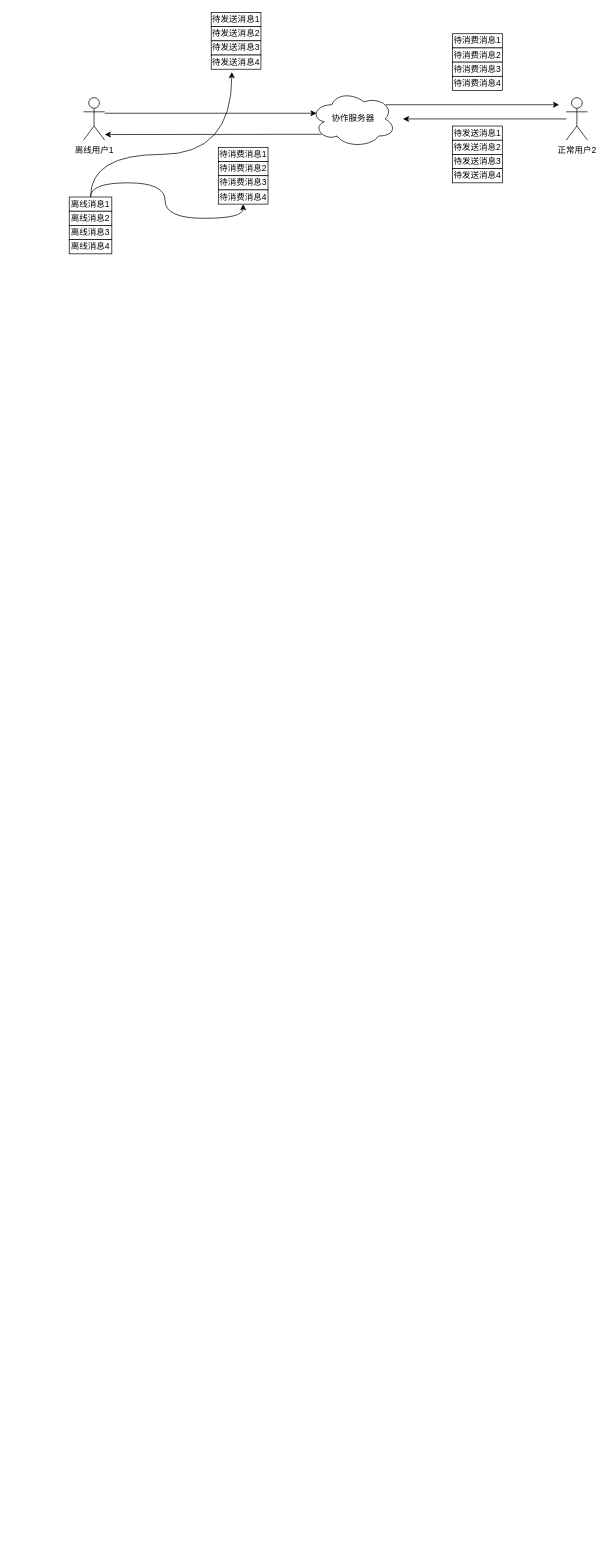
Above: Untitled Diagram.drawio in kkgg123/ROOT (draw.io), before the change. Source tidied: cells renumbered, new cells numbered last; positions are measured from the earlier drawing's top-left corner, leaving out a move shared by most shapes. Both pictures are drawn from the tidied source at 71%, with x=0, y=0 at pixel (69, 12).
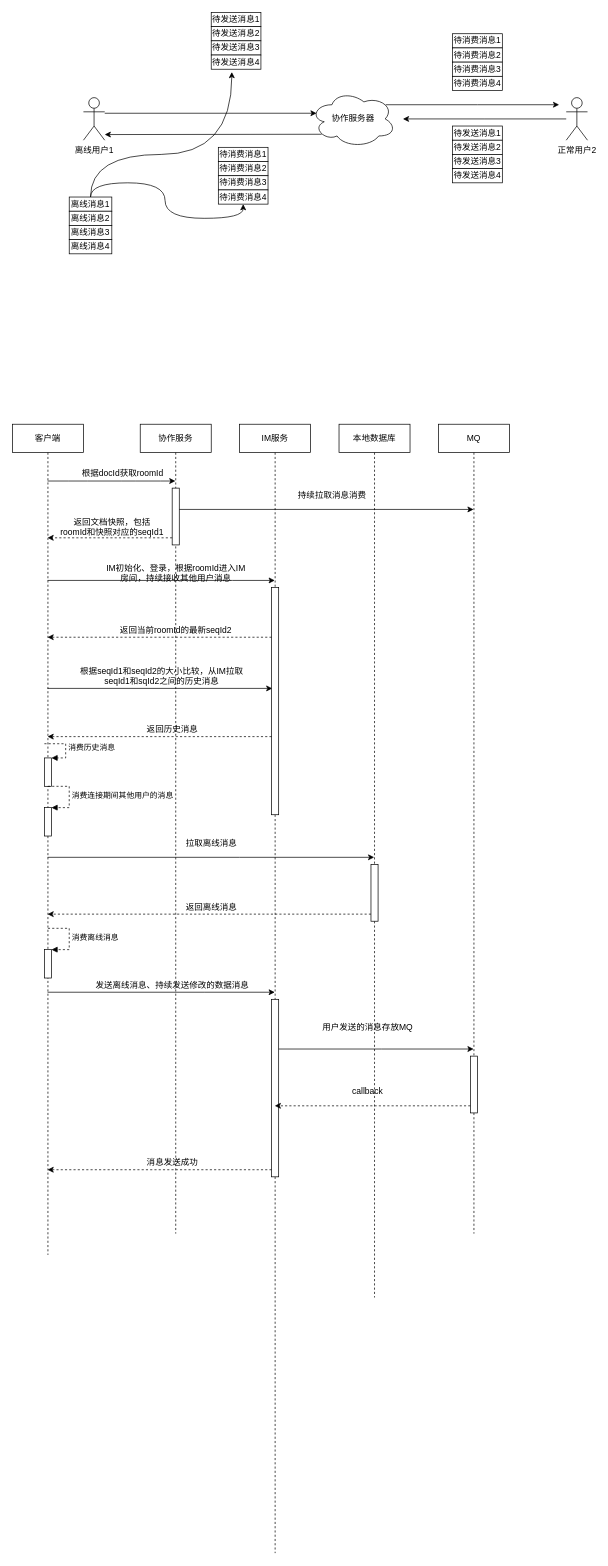
The same diagram, later.

What changed in the source:
```diff
@@
+    <mxCell id="31" style="edgeStyle=orthogonalEdgeStyle;curved=1;rounded=0;jettySize=auto;html=1;" parent="1" edge="1" source="36" target="40">
+      <mxGeometry relative="1" as="geometry">
+        <Array as="points">
+          <mxPoint x="90" y="660" />
+          <mxPoint x="90" y="660" />
+        </Array>
+      </mxGeometry>
+    </mxCell>
+    <mxCell id="32" style="edgeStyle=none;rounded=0;jettySize=auto;html=1;" parent="1" edge="1" source="36" target="42">
+      <mxGeometry relative="1" as="geometry">
+        <Array as="points">
+          <mxPoint x="230" y="800" />
+        </Array>
+      </mxGeometry>
+    </mxCell>
+    <mxCell id="33" style="rounded=0;jettySize=auto;html=1;entryX=0.1;entryY=0.444;entryDx=0;entryDy=0;entryPerimeter=0;" parent="1" edge="1" source="36" target="43">
+      <mxGeometry relative="1" as="geometry" />
+    </mxCell>
+    <mxCell id="34" style="edgeStyle=none;rounded=0;jettySize=auto;html=1;" parent="1" edge="1" source="36" target="45">
+      <mxGeometry relative="1" as="geometry">
+        <Array as="points">
+          <mxPoint x="240" y="1190" />
+        </Array>
+      </mxGeometry>
+    </mxCell>
+    <mxCell id="35" style="edgeStyle=none;rounded=0;jettySize=auto;html=1;" parent="1" edge="1" source="36" target="42">
+      <mxGeometry relative="1" as="geometry">
+        <Array as="points">
+          <mxPoint x="190" y="1380" />
+        </Array>
+      </mxGeometry>
+    </mxCell>
+    <mxCell id="36" value="客户端" style="shape=umlLifeline;perimeter=lifelinePerimeter;whiteSpace=wrap;html=1;outlineConnect=0;" parent="1" vertex="1">
+      <mxGeometry x="-80" y="580" width="100" height="1170" as="geometry" />
+    </mxCell>
+    <mxCell id="37" style="html=1;points=[];perimeter=orthogonalPerimeter;" parent="36" vertex="1">
+      <mxGeometry x="45" y="470" width="10" height="40" as="geometry" />
+    </mxCell>
+    <mxCell id="38" value="消费历史消息" style="edgeStyle=orthogonalEdgeStyle;html=1;align=left;spacingLeft=2;endArrow=block;rounded=0;entryX=1;entryY=0;dashed=1;" parent="36" edge="1" target="37">
+      <mxGeometry relative="1" as="geometry">
+        <mxPoint x="45" y="450" as="sourcePoint" />
+        <Array as="points">
+          <mxPoint x="75" y="450" />
+        </Array>
+      </mxGeometry>
+    </mxCell>
+    <mxCell id="39" style="edgeStyle=none;rounded=0;jettySize=auto;html=1;" parent="1" edge="1" source="40" target="50">
+      <mxGeometry relative="1" as="geometry">
+        <Array as="points">
+          <mxPoint x="480" y="700" />
+        </Array>
+      </mxGeometry>
+    </mxCell>
+    <mxCell id="40" value="协作服务" style="shape=umlLifeline;perimeter=lifelinePerimeter;whiteSpace=wrap;html=1;outlineConnect=0;" parent="1" vertex="1">
+      <mxGeometry x="100" y="580" width="100" height="1140" as="geometry" />
+    </mxCell>
+    <mxCell id="41" style="html=1;points=[];perimeter=orthogonalPerimeter;" parent="40" vertex="1">
+      <mxGeometry x="45" y="90" width="10" height="80" as="geometry" />
+    </mxCell>
+    <mxCell id="42" value="IM服务" style="shape=umlLifeline;perimeter=lifelinePerimeter;whiteSpace=wrap;html=1;outlineConnect=0;" parent="1" vertex="1">
+      <mxGeometry x="240" y="580" width="100" height="1590" as="geometry" />
+    </mxCell>
+    <mxCell id="43" style="html=1;points=[];perimeter=orthogonalPerimeter;" parent="42" vertex="1">
+      <mxGeometry x="45" y="230" width="10" height="320" as="geometry" />
+    </mxCell>
+    <mxCell id="44" style="html=1;points=[];perimeter=orthogonalPerimeter;" parent="42" vertex="1">
+      <mxGeometry x="45" y="810" width="10" height="250" as="geometry" />
+    </mxCell>
+    <mxCell id="45" value="本地数据库" style="shape=umlLifeline;perimeter=lifelinePerimeter;whiteSpace=wrap;html=1;outlineConnect=0;" parent="1" vertex="1">
+      <mxGeometry x="380" y="580" width="100" height="1230" as="geometry" />
+    </mxCell>
+    <mxCell id="46" style="html=1;points=[];perimeter=orthogonalPerimeter;" parent="45" vertex="1">
+      <mxGeometry x="45" y="620" width="10" height="80" as="geometry" />
+    </mxCell>
+    <mxCell id="47" value="根据docId获取roomId" style="text;html=1;align=center;verticalAlign=middle;strokeColor=none;" parent="1" vertex="1">
+      <mxGeometry x="10" y="640" width="130" height="20" as="geometry" />
+    </mxCell>
+    <mxCell id="48" style="rounded=0;jettySize=auto;html=1;dashed=1;" parent="1" edge="1" source="41" target="36">
+      <mxGeometry relative="1" as="geometry">
+        <Array as="points">
+          <mxPoint x="90" y="740" />
+        </Array>
+      </mxGeometry>
+    </mxCell>
+    <mxCell id="49" value="返回文档快照，包括&lt;br&gt;roomId和快照对应的seqId1" style="text;html=1;align=center;verticalAlign=middle;strokeColor=none;" parent="1" vertex="1">
+      <mxGeometry x="-20" y="710" width="160" height="30" as="geometry" />
+    </mxCell>
+    <mxCell id="50" value="MQ" style="shape=umlLifeline;perimeter=lifelinePerimeter;whiteSpace=wrap;html=1;outlineConnect=0;" parent="1" vertex="1">
+      <mxGeometry x="520" y="580" width="100" height="1140" as="geometry" />
+    </mxCell>
+    <mxCell id="51" style="html=1;points=[];perimeter=orthogonalPerimeter;" parent="50" vertex="1">
+      <mxGeometry x="45" y="890" width="10" height="80" as="geometry" />
+    </mxCell>
+    <mxCell id="52" value="IM初始化、登录，根据roomId进入IM&lt;br&gt;房间，持续接收其他用户消息" style="text;html=1;align=center;verticalAlign=middle;strokeColor=none;" parent="1" vertex="1">
+      <mxGeometry x="45" y="775" width="210" height="30" as="geometry" />
+    </mxCell>
+    <mxCell id="53" style="edgeStyle=none;rounded=0;jettySize=auto;html=1;dashed=1;" parent="1" edge="1" source="43" target="36">
+      <mxGeometry relative="1" as="geometry">
+        <Array as="points">
+          <mxPoint x="190" y="880" />
+        </Array>
+      </mxGeometry>
+    </mxCell>
+    <mxCell id="54" value="返回当前roomId的最新seqId2" style="text;html=1;align=center;verticalAlign=middle;strokeColor=none;" parent="1" vertex="1">
+      <mxGeometry x="65" y="860" width="170" height="20" as="geometry" />
+    </mxCell>
+    <mxCell id="55" value="根据seqId1和seqId2的大小比较，从IM拉取&lt;br&gt;seqId1和sqId2之间的历史消息" style="text;html=1;align=center;verticalAlign=middle;strokeColor=none;" parent="1" vertex="1">
+      <mxGeometry x="10" y="920" width="240" height="30" as="geometry" />
+    </mxCell>
+    <mxCell id="56" style="edgeStyle=none;rounded=0;jettySize=auto;html=1;dashed=1;" parent="1" edge="1" source="43" target="36">
+      <mxGeometry relative="1" as="geometry">
+        <Array as="points">
+          <mxPoint x="190" y="1020" />
+        </Array>
+      </mxGeometry>
+    </mxCell>
+    <mxCell id="57" value="返回历史消息" style="text;html=1;align=center;verticalAlign=middle;strokeColor=none;" parent="1" vertex="1">
+      <mxGeometry x="100" y="1000" width="90" height="20" as="geometry" />
+    </mxCell>
+    <mxCell id="58" style="html=1;points=[];perimeter=orthogonalPerimeter;" parent="1" vertex="1">
+      <mxGeometry x="-35" y="1120" width="10" height="40" as="geometry" />
+    </mxCell>
+    <mxCell id="59" value="消费连接期间其他用户的消息" style="edgeStyle=orthogonalEdgeStyle;html=1;align=left;spacingLeft=2;endArrow=block;rounded=0;entryX=1;entryY=0;dashed=1;" parent="1" edge="1" target="58">
+      <mxGeometry relative="1" as="geometry">
+        <mxPoint x="-30" y="1090" as="sourcePoint" />
+        <Array as="points">
+          <mxPoint y="1090" />
+        </Array>
+      </mxGeometry>
+    </mxCell>
+    <mxCell id="60" value="拉取离线消息" style="text;html=1;align=center;verticalAlign=middle;strokeColor=none;" parent="1" vertex="1">
+      <mxGeometry x="155" y="1160" width="90" height="20" as="geometry" />
+    </mxCell>
+    <mxCell id="61" style="edgeStyle=none;rounded=0;jettySize=auto;html=1;dashed=1;" parent="1" edge="1" source="46" target="36">
+      <mxGeometry relative="1" as="geometry">
+        <Array as="points">
+          <mxPoint x="260" y="1270" />
+        </Array>
+      </mxGeometry>
+    </mxCell>
+    <mxCell id="62" value="返回离线消息" style="text;html=1;align=center;verticalAlign=middle;strokeColor=none;" parent="1" vertex="1">
+      <mxGeometry x="155" y="1250" width="90" height="20" as="geometry" />
+    </mxCell>
+    <mxCell id="63" style="html=1;points=[];perimeter=orthogonalPerimeter;" parent="1" vertex="1">
+      <mxGeometry x="-35" y="1320" width="10" height="40" as="geometry" />
+    </mxCell>
+    <mxCell id="64" value="消费离线消息" style="edgeStyle=orthogonalEdgeStyle;html=1;align=left;spacingLeft=2;endArrow=block;rounded=0;entryX=1;entryY=0;dashed=1;" parent="1" edge="1" target="63">
+      <mxGeometry relative="1" as="geometry">
+        <mxPoint x="-30" y="1290" as="sourcePoint" />
+        <Array as="points">
+          <mxPoint y="1290" />
+        </Array>
+      </mxGeometry>
+    </mxCell>
+    <mxCell id="65" value="发送离线消息、持续发送修改的数据消息" style="text;html=1;align=center;verticalAlign=middle;strokeColor=none;" parent="1" vertex="1">
+      <mxGeometry x="30" y="1360" width="230" height="20" as="geometry" />
+    </mxCell>
+    <mxCell id="66" style="edgeStyle=none;rounded=0;jettySize=auto;html=1;" parent="1" edge="1" source="44" target="50">
+      <mxGeometry relative="1" as="geometry">
+        <Array as="points">
+          <mxPoint x="440" y="1460" />
+        </Array>
+      </mxGeometry>
+    </mxCell>
+    <mxCell id="67" value="用户发送的消息存放MQ" style="text;html=1;align=center;verticalAlign=middle;strokeColor=none;" parent="1" vertex="1">
+      <mxGeometry x="350" y="1420" width="140" height="20" as="geometry" />
+    </mxCell>
+    <mxCell id="68" style="edgeStyle=none;rounded=0;jettySize=auto;html=1;dashed=1;" parent="1" edge="1" source="51" target="42">
+      <mxGeometry relative="1" as="geometry">
+        <Array as="points">
+          <mxPoint x="490" y="1540" />
+        </Array>
+      </mxGeometry>
+    </mxCell>
+    <mxCell id="69" style="edgeStyle=none;rounded=0;jettySize=auto;html=1;dashed=1;" parent="1" edge="1" source="44" target="36">
+      <mxGeometry relative="1" as="geometry">
+        <Array as="points">
+          <mxPoint x="120" y="1630" />
+        </Array>
+      </mxGeometry>
+    </mxCell>
+    <mxCell id="70" value="消息发送成功" style="text;html=1;align=center;verticalAlign=middle;strokeColor=none;" parent="1" vertex="1">
+      <mxGeometry x="100" y="1610" width="90" height="20" as="geometry" />
+    </mxCell>
+    <mxCell id="71" value="callback" style="text;html=1;align=center;verticalAlign=middle;strokeColor=none;" parent="1" vertex="1">
+      <mxGeometry x="390" y="1510" width="60" height="20" as="geometry" />
+    </mxCell>
+    <mxCell id="72" value="持续拉取消息消费" style="text;html=1;align=center;verticalAlign=middle;strokeColor=none;" parent="1" vertex="1">
+      <mxGeometry x="315" y="670" width="110" height="20" as="geometry" />
+    </mxCell>
```
